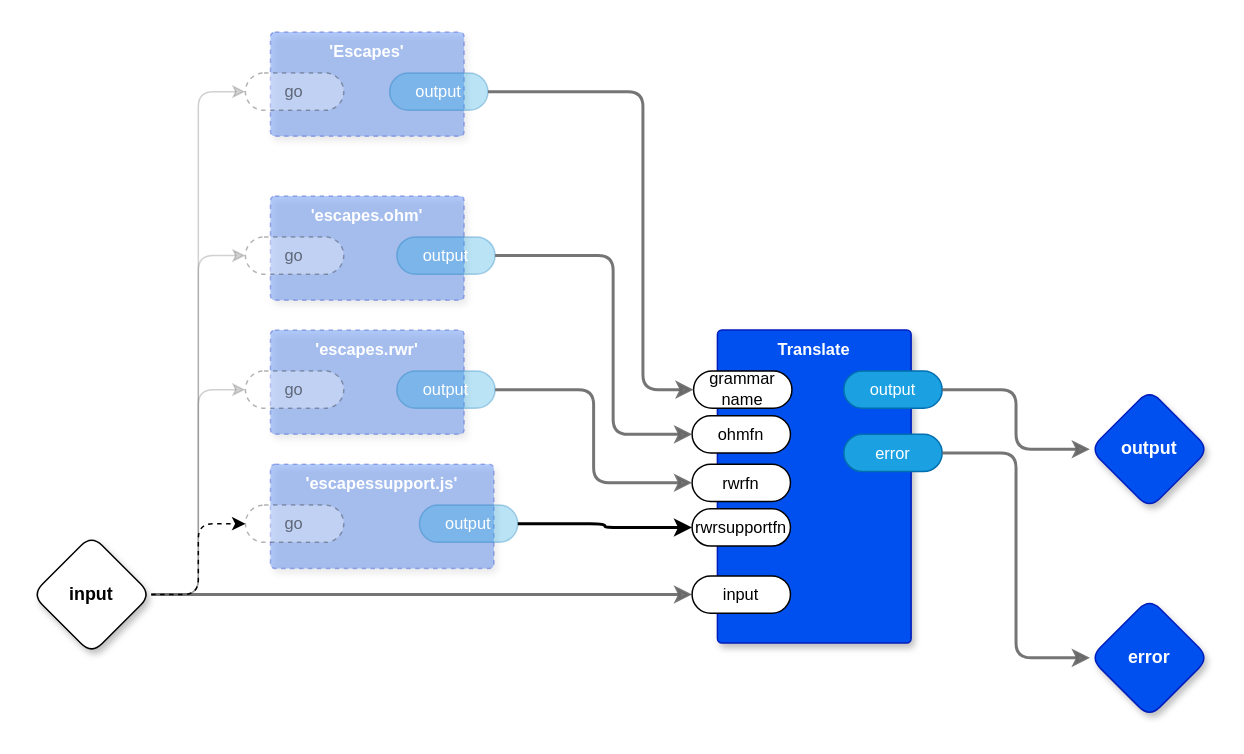
Above: page "Escape Whitespace" (3 of 11) of preprocess/preprocess.drawio in guitarvydas/ceptre (draw.io), before the change. Source tidied: cells renumbered, new cells numbered last; positions are measured from the earlier drawing's top-left corner, leaving out a move shared by most shapes. Both pictures are drawn from the tidied source at 149%, with x=0, y=0 at pixel (31, 31).
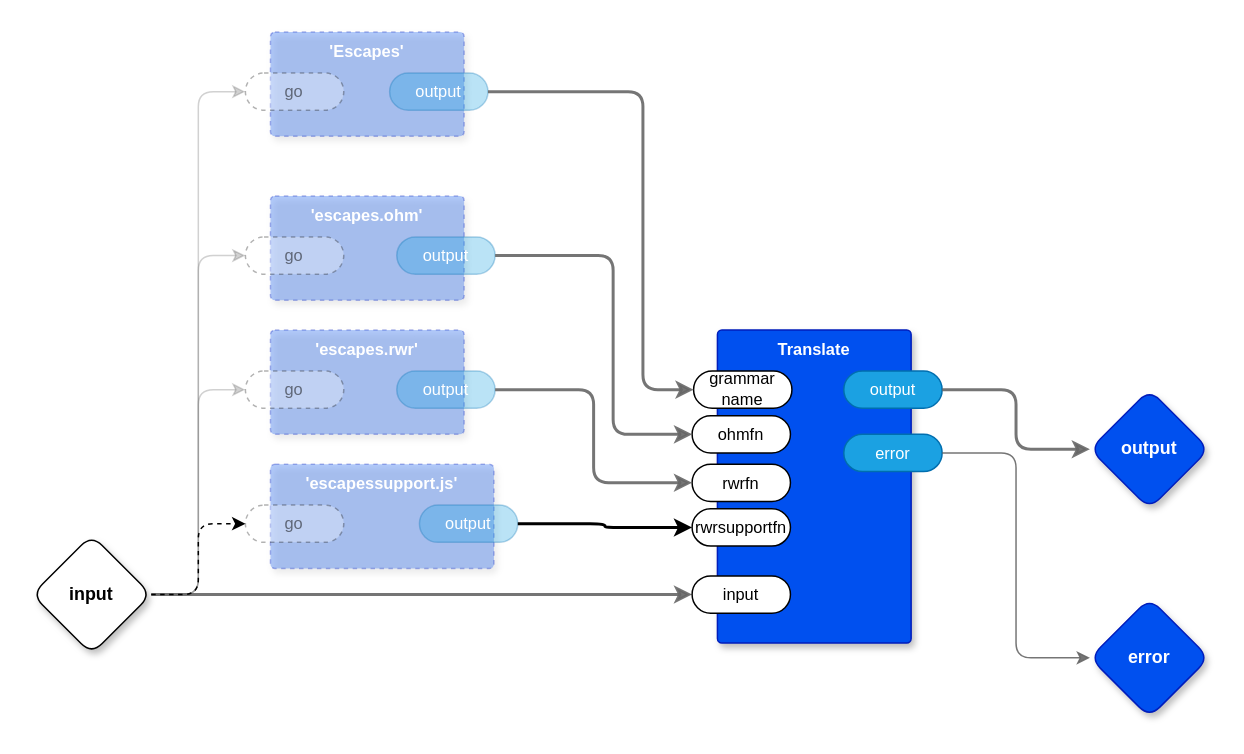
Above is the later version.

The change refers to these unchanged cells:
```xml
<mxCell id="18" value="error" style="rounded=1;whiteSpace=wrap;html=1;sketch=0;points=[[0,0.5,0,0,0],[1,0.5,0,0,0]];fillColor=#1ba1e2;fontColor=#ffffff;strokeColor=#006EAF;arcSize=50;fontFamily=Helvetica;fontSize=11;" parent="15" vertex="1">
  <mxGeometry x="84.8" y="70" width="66" height="25" as="geometry" />
</mxCell>
<mxCell id="26" value="error" style="rhombus;whiteSpace=wrap;html=1;rounded=1;fillColor=#0050ef;fontColor=#ffffff;strokeColor=#001DBC;fontStyle=1;glass=0;sketch=0;fontSize=12;points=[[0,0.5,0,0,0],[0.5,0,0,0,0],[0.5,1,0,0,0],[1,0.5,0,0,0]];shadow=1;fontFamily=Helvetica;" parent="1" vertex="1">
  <mxGeometry x="710" y="380" width="80" height="80" as="geometry" />
</mxCell>
```

Change to the diagram source:
```diff
@@
-    <mxCell id="27" style="edgeStyle=orthogonalEdgeStyle;shape=connector;rounded=1;jumpStyle=arc;jettySize=auto;html=1;exitX=1;exitY=0.5;exitDx=0;exitDy=0;exitPerimeter=0;entryX=0;entryY=0.5;entryDx=0;entryDy=0;entryPerimeter=0;labelBackgroundColor=default;strokeColor=#666666;strokeWidth=2;fontFamily=Helvetica;fontSize=11;fontColor=default;endArrow=classic;fillColor=#f5f5f5;opacity=90;" parent="1" edge="1" source="18" target="26">
+    <mxCell id="27" style="edgeStyle=orthogonalEdgeStyle;shape=connector;rounded=1;jumpStyle=arc;jettySize=auto;html=1;exitX=1;exitY=0.5;exitDx=0;exitDy=0;exitPerimeter=0;entryX=0;entryY=0.5;entryDx=0;entryDy=0;entryPerimeter=0;labelBackgroundColor=default;strokeColor=#666666;strokeWidth=1;fontFamily=Helvetica;fontSize=11;fontColor=default;endArrow=classic;fillColor=#f5f5f5;opacity=90;" parent="1" edge="1" source="18" target="26">
       <mxGeometry relative="1" as="geometry" />
     </mxCell>
```
